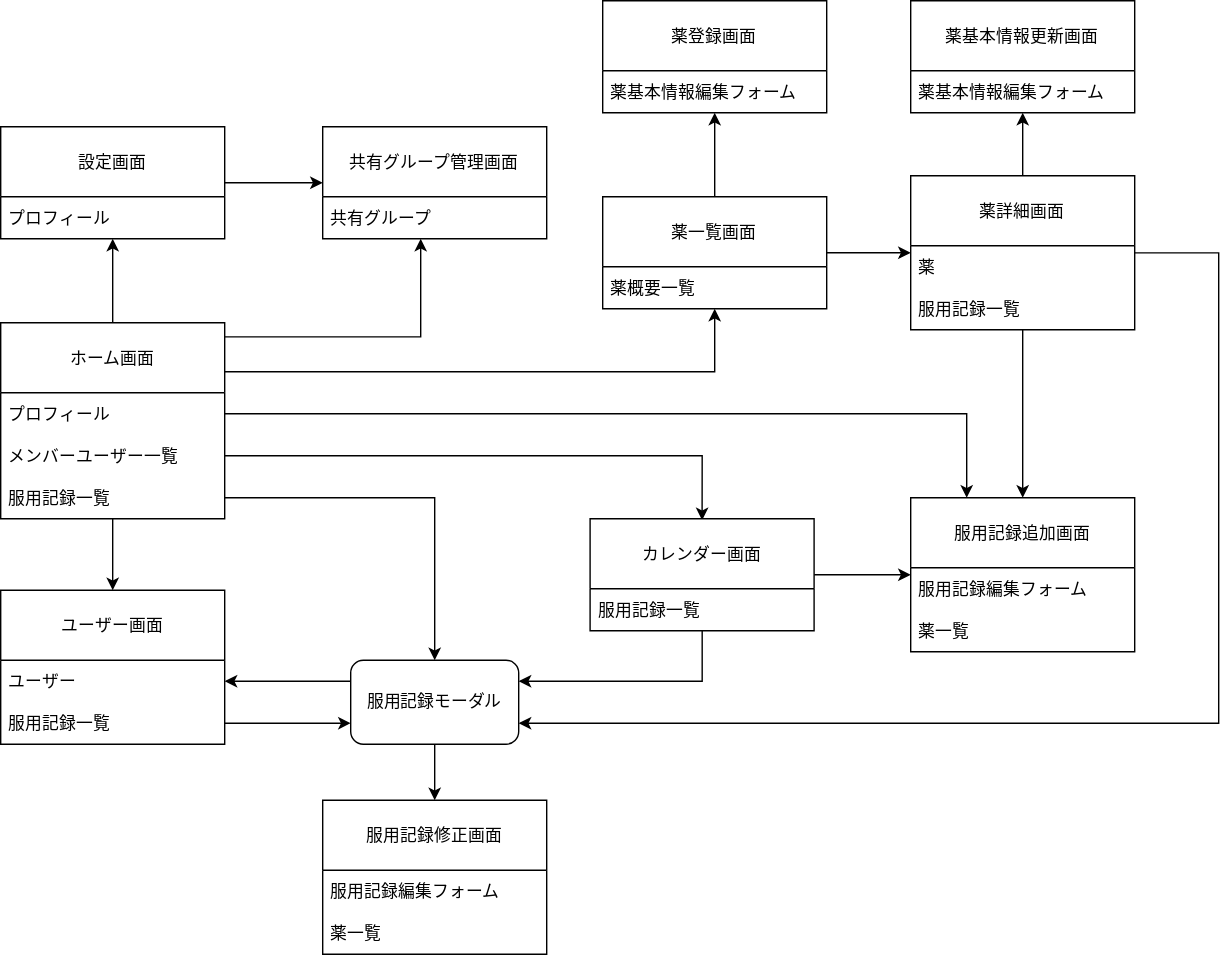
hiroe-mkk/medicine-diary-webapp keeps this draw.io diagram as docs/screen-transition-map.svg. Above is the earlier version. Source tidied: cells renumbered, new cells last; positions are measured from the earlier drawing's top-left corner, leaving out a move shared by most shapes.
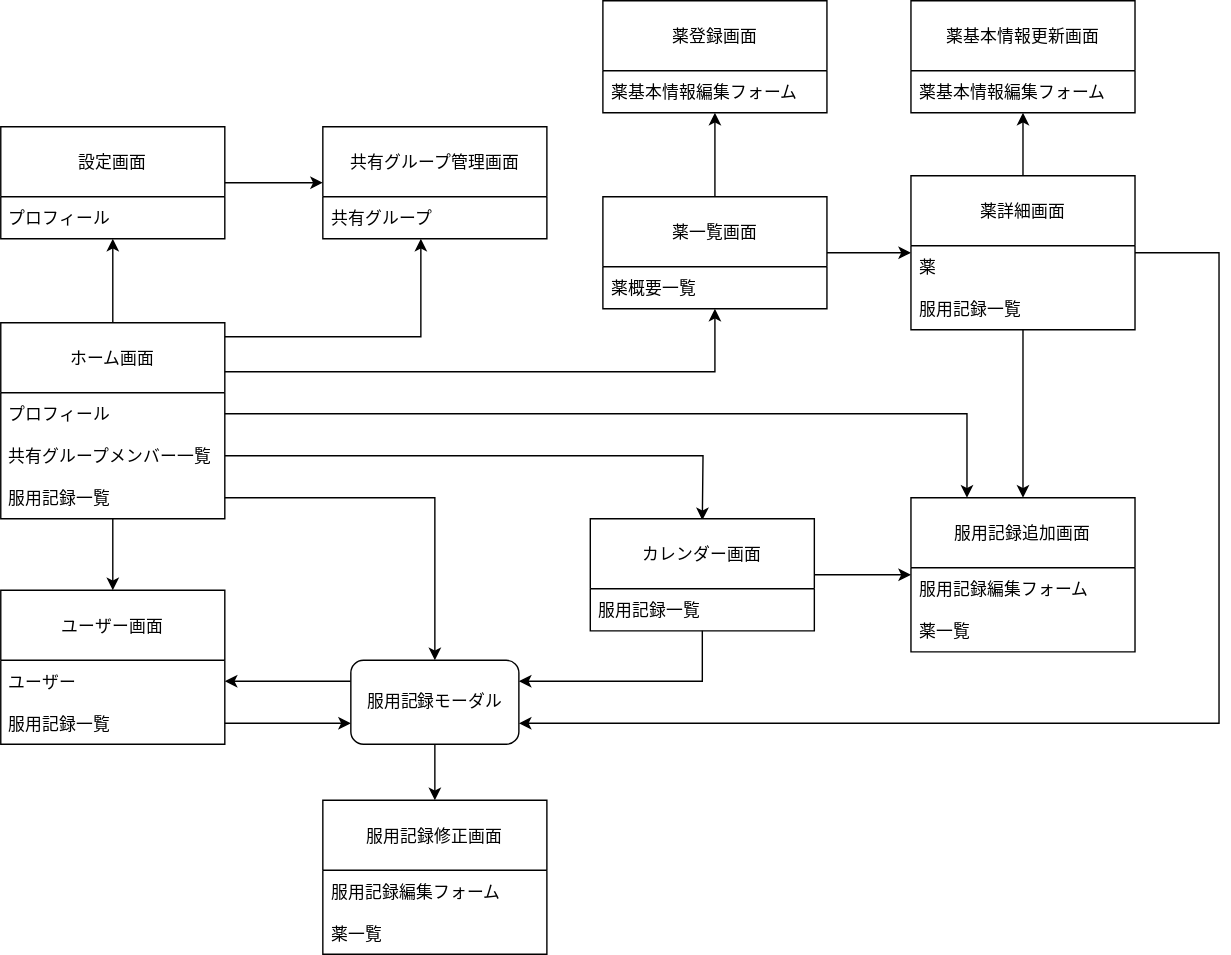
Above is the later version.

What changed in the source:
```diff
@@ -103,7 +103,7 @@
     <mxCell id="31" value="プロフィール" style="text;strokeColor=none;fillColor=none;align=left;verticalAlign=middle;spacingLeft=4;spacingRight=4;overflow=hidden;points=[[0,0.5],[1,0.5]];portConstraint=eastwest;" parent="30" vertex="1">
       <mxGeometry y="50" width="160" height="30" as="geometry" />
     </mxCell>
-    <mxCell id="32" value="メンバーユーザー一覧" style="text;strokeColor=none;fillColor=none;align=left;verticalAlign=middle;spacingLeft=4;spacingRight=4;overflow=hidden;points=[[0,0.5],[1,0.5]];portConstraint=eastwest;" parent="30" vertex="1">
+    <mxCell id="32" value="共有グループメンバー一覧" style="text;strokeColor=none;fillColor=none;align=left;verticalAlign=middle;spacingLeft=4;spacingRight=4;overflow=hidden;points=[[0,0.5],[1,0.5]];portConstraint=eastwest;" parent="30" vertex="1">
       <mxGeometry y="80" width="160" height="30" as="geometry" />
     </mxCell>
     <mxCell id="33" value="服用記録一覧" style="text;strokeColor=none;fillColor=none;align=left;verticalAlign=middle;spacingLeft=4;spacingRight=4;overflow=hidden;points=[[0,0.5],[1,0.5]];portConstraint=eastwest;" parent="30" vertex="1">
```
